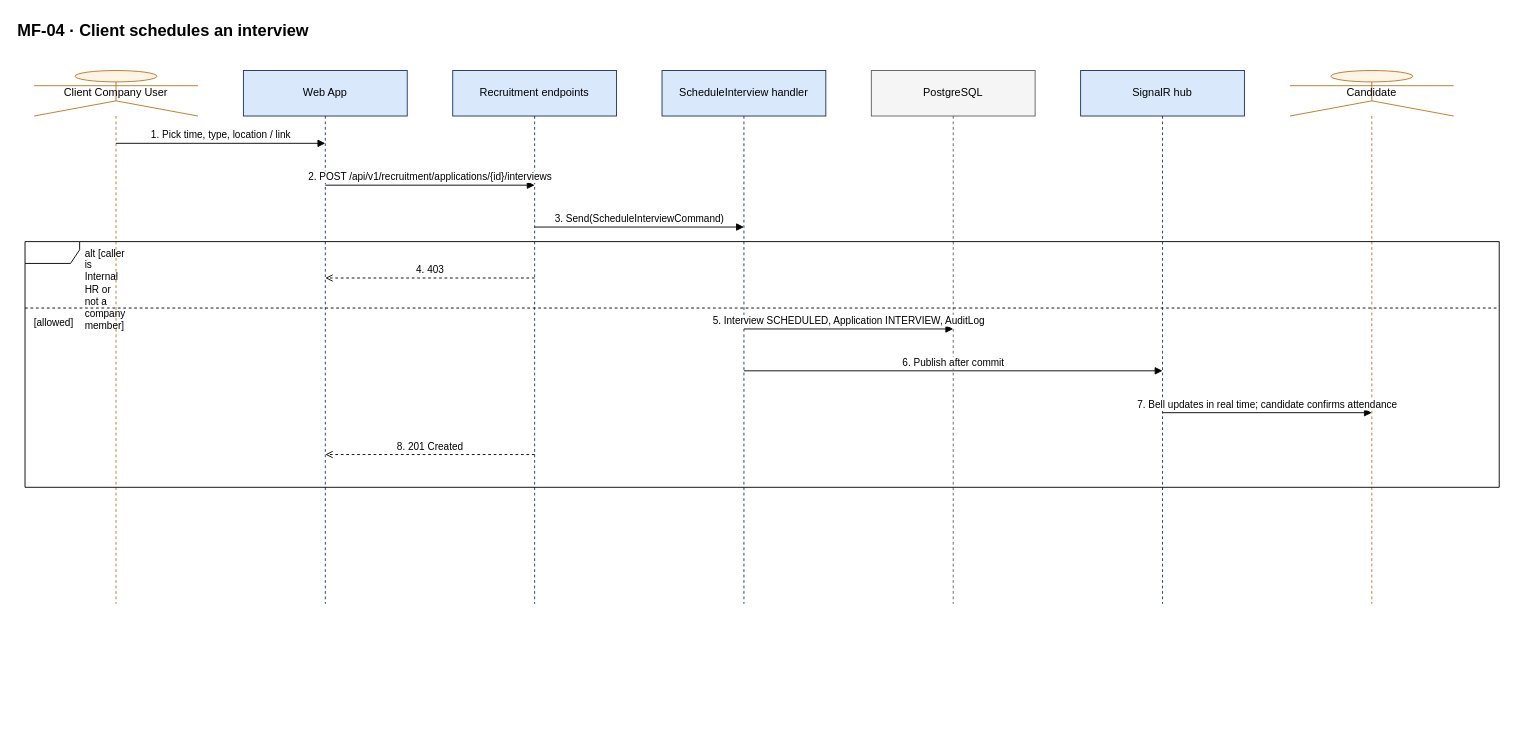
This is docs/diagrams/sequences/source/seq-mf04-schedule-interview.drawio from hoangqui794/hr-connect, a draw.io file, before an edit. Source tidied: cells renumbered, new cells numbered last; positions are measured from the earlier drawing's top-left corner, leaving out a move shared by most shapes. Both pictures are drawn from the tidied source at 91%, with x=0, y=0 at pixel (15, 15).
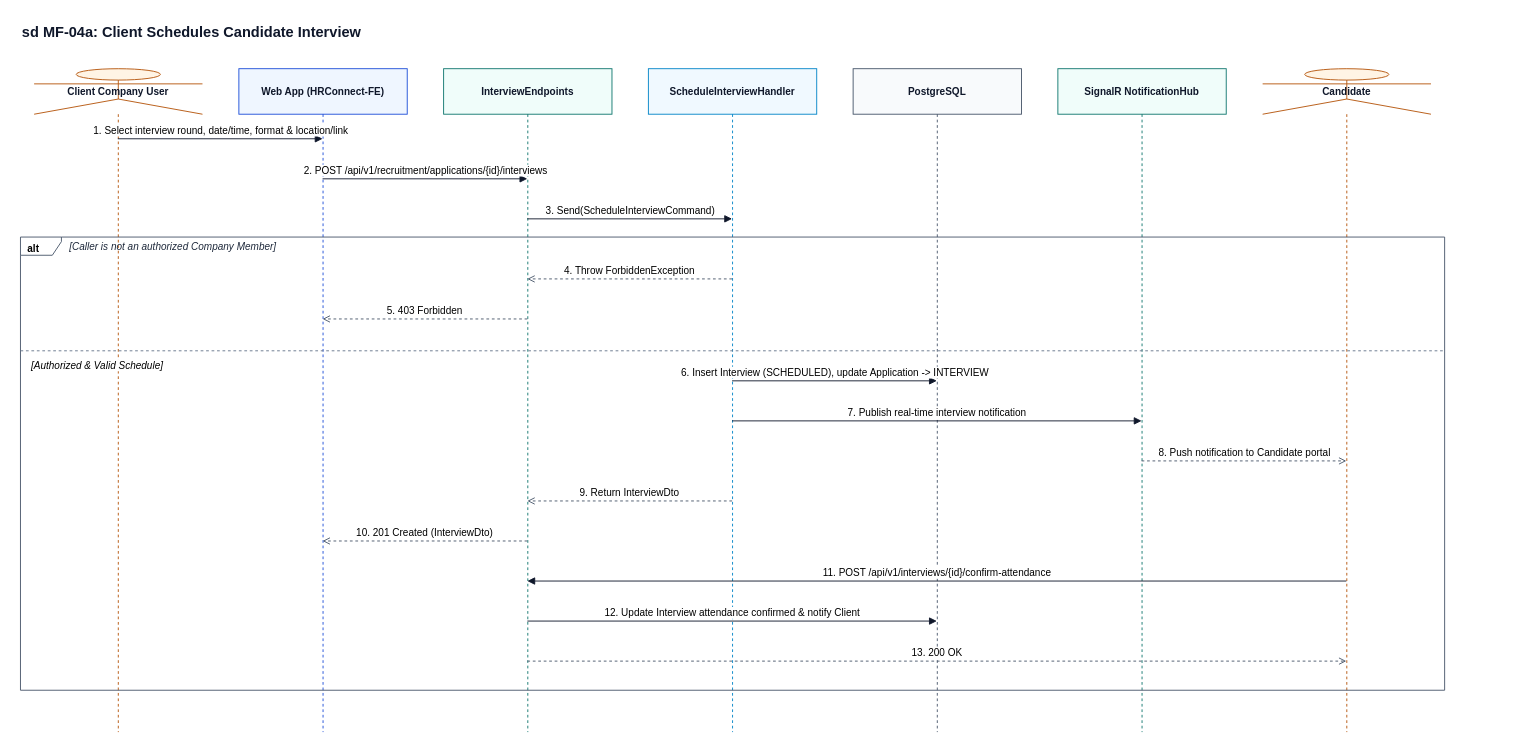
After the change.

Diff of the diagram source:
```diff
@@
-    <mxCell id="2" value="MF-04 · Client schedules an interview" style="text;html=1;fontSize=18;fontStyle=1;align=left;" parent="1" vertex="1">
-      <mxGeometry width="1650" height="30" as="geometry" />
+    <mxCell id="2" value="sd MF-04a: Client Schedules Candidate Interview" style="text;html=1;fontSize=16;fontStyle=1;align=left;fontFamily=Helvetica;fontColor=#0F172A;" parent="1" vertex="1">
+      <mxGeometry x="5" y="2" width="1575" height="28" as="geometry" />
     </mxCell>
-    <mxCell id="3" value="Client Company User" style="shape=umlLifeline;participant=umlActor;perimeter=lifelinePerimeter;whiteSpace=wrap;html=1;size=50;fillColor=#FFF4E5;strokeColor=#B7791F;" parent="1" vertex="1">
-      <mxGeometry x="20" y="60" width="180" height="586" as="geometry" />
+    <mxCell id="3" value="Client Company User" style="shape=umlLifeline;participant=umlActor;perimeter=lifelinePerimeter;whiteSpace=wrap;html=1;size=50;fillColor=#FFF4E5;strokeColor=#B45309;fontStyle=1;fontSize=11;fontFamily=Helvetica;fontColor=#0F172A;" parent="1" vertex="1">
+      <mxGeometry x="20" y="58" width="185" height="729" as="geometry" />
     </mxCell>
-    <mxCell id="4" value="Web App" style="shape=umlLifeline;perimeter=lifelinePerimeter;whiteSpace=wrap;html=1;size=50;fillColor=#DAE8FC;strokeColor=#1B365D;" parent="1" vertex="1">
-      <mxGeometry x="250" y="60" width="180" height="586" as="geometry" />
+    <mxCell id="4" value="Web App (HRConnect-FE)" style="shape=umlLifeline;perimeter=lifelinePerimeter;whiteSpace=wrap;html=1;size=50;fillColor=#EFF6FF;strokeColor=#1D4ED8;fontStyle=1;fontSize=11;fontFamily=Helvetica;fontColor=#0F172A;" parent="1" vertex="1">
+      <mxGeometry x="245" y="58" width="185" height="729" as="geometry" />
     </mxCell>
-    <mxCell id="5" value="Recruitment endpoints" style="shape=umlLifeline;perimeter=lifelinePerimeter;whiteSpace=wrap;html=1;size=50;fillColor=#DAE8FC;strokeColor=#1B365D;" parent="1" vertex="1">
-      <mxGeometry x="480" y="60" width="180" height="586" as="geometry" />
+    <mxCell id="5" value="InterviewEndpoints" style="shape=umlLifeline;perimeter=lifelinePerimeter;whiteSpace=wrap;html=1;size=50;fillColor=#F0FDFA;strokeColor=#0F766E;fontStyle=1;fontSize=11;fontFamily=Helvetica;fontColor=#0F172A;" parent="1" vertex="1">
+      <mxGeometry x="470" y="58" width="185" height="729" as="geometry" />
     </mxCell>
-    <mxCell id="6" value="ScheduleInterview handler" style="shape=umlLifeline;perimeter=lifelinePerimeter;whiteSpace=wrap;html=1;size=50;fillColor=#DAE8FC;strokeColor=#1B365D;" parent="1" vertex="1">
-      <mxGeometry x="710" y="60" width="180" height="586" as="geometry" />
+    <mxCell id="6" value="ScheduleInterviewHandler" style="shape=umlLifeline;perimeter=lifelinePerimeter;whiteSpace=wrap;html=1;size=50;fillColor=#F0F9FF;strokeColor=#0284C7;fontStyle=1;fontSize=11;fontFamily=Helvetica;fontColor=#0F172A;" parent="1" vertex="1">
+      <mxGeometry x="695" y="58" width="185" height="729" as="geometry" />
     </mxCell>
-    <mxCell id="7" value="PostgreSQL" style="shape=umlLifeline;perimeter=lifelinePerimeter;whiteSpace=wrap;html=1;size=50;fillColor=#F5F5F5;strokeColor=#5F5E5A;" parent="1" vertex="1">
-      <mxGeometry x="940" y="60" width="180" height="586" as="geometry" />
+    <mxCell id="7" value="PostgreSQL" style="shape=umlLifeline;perimeter=lifelinePerimeter;whiteSpace=wrap;html=1;size=50;fillColor=#F8FAFC;strokeColor=#475569;fontStyle=1;fontSize=11;fontFamily=Helvetica;fontColor=#0F172A;" parent="1" vertex="1">
+      <mxGeometry x="920" y="58" width="185" height="729" as="geometry" />
     </mxCell>
-    <mxCell id="8" value="SignalR hub" style="shape=umlLifeline;perimeter=lifelinePerimeter;whiteSpace=wrap;html=1;size=50;fillColor=#DAE8FC;strokeColor=#1B365D;" parent="1" vertex="1">
-      <mxGeometry x="1170" y="60" width="180" height="586" as="geometry" />
+    <mxCell id="8" value="SignalR NotificationHub" style="shape=umlLifeline;perimeter=lifelinePerimeter;whiteSpace=wrap;html=1;size=50;fillColor=#F0FDFA;strokeColor=#0F766E;fontStyle=1;fontSize=11;fontFamily=Helvetica;fontColor=#0F172A;" parent="1" vertex="1">
+      <mxGeometry x="1145" y="58" width="185" height="729" as="geometry" />
     </mxCell>
-    <mxCell id="9" value="Candidate" style="shape=umlLifeline;participant=umlActor;perimeter=lifelinePerimeter;whiteSpace=wrap;html=1;size=50;fillColor=#FFF4E5;strokeColor=#B7791F;" parent="1" vertex="1">
-      <mxGeometry x="1400" y="60" width="180" height="586" as="geometry" />
+    <mxCell id="9" value="Candidate" style="shape=umlLifeline;participant=umlActor;perimeter=lifelinePerimeter;whiteSpace=wrap;html=1;size=50;fillColor=#FFF4E5;strokeColor=#B45309;fontStyle=1;fontSize=11;fontFamily=Helvetica;fontColor=#0F172A;" parent="1" vertex="1">
+      <mxGeometry x="1370" y="58" width="185" height="729" as="geometry" />
     </mxCell>
-    <mxCell id="10" value="1. Pick time, type, location / link" style="html=1;verticalAlign=bottom;endArrow=block;endFill=1;fontSize=11;labelBackgroundColor=#FFFFFF;" parent="1" edge="1">
-      <mxGeometry relative="1" as="geometry">
-        <mxPoint x="110" y="140" as="sourcePoint" />
-        <mxPoint x="340" y="140" as="targetPoint" />
-      </mxGeometry>
-    </mxCell>
+    <mxCell id="20" value="alt" style="shape=umlFrame;whiteSpace=wrap;html=1;width=45;height=20;boundedLbl=1;verticalAlign=top;align=left;spacingLeft=6;fontStyle=1;fontSize=11;fontFamily=Helvetica;fillColor=none;strokeColor=#475569;" parent="1" vertex="1">
+      <mxGeometry x="5" y="243" width="1565" height="498" as="geometry" />
+    </mxCell>
+    <mxCell id="21" value="[Caller is not an authorized Company Member]" style="text;html=1;align=left;verticalAlign=middle;fontStyle=2;fontSize=11;fontFamily=Helvetica;fontColor=#1E293B;" parent="1" vertex="1">
+      <mxGeometry x="57" y="244" width="450" height="20" as="geometry" />
+    </mxCell>
+    <mxCell id="22" value="[Authorized &amp; Valid Schedule]" style="line;strokeWidth=1;dashed=1;html=1;align=left;verticalAlign=top;spacingLeft=10;labelPosition=center;fontStyle=2;fontSize=11;fontFamily=Helvetica;fillColor=none;strokeColor=#64748B;labelBackgroundColor=#FFFFFF;" parent="1" vertex="1">
+      <mxGeometry x="5" y="363" width="1565" height="10" as="geometry" />
+    </mxCell>
+    <mxCell id="23" value="1. Select interview round, date/time, format &amp; location/link" style="html=1;verticalAlign=bottom;endArrow=block;endFill=1;strokeColor=#0F172A;fontSize=11;fontFamily=Helvetica;labelBackgroundColor=#FFFFFF;" parent="1" edge="1">
+      <mxGeometry relative="1" as="geometry">
+        <mxPoint x="112" y="135" as="sourcePoint" />
+        <mxPoint x="337" y="135" as="targetPoint" />
+      </mxGeometry>
+    </mxCell>
-    <mxCell id="11" value="2. POST /api/v1/recruitment/applications/{id}/interviews" style="html=1;verticalAlign=bottom;endArrow=block;endFill=1;fontSize=11;labelBackgroundColor=#FFFFFF;" parent="1" edge="1">
+    <mxCell id="11" value="2. POST /api/v1/recruitment/applications/{id}/interviews" style="html=1;verticalAlign=bottom;endArrow=block;endFill=1;strokeColor=#0F172A;fontSize=11;fontFamily=Helvetica;labelBackgroundColor=#FFFFFF;" parent="1" edge="1">
       <mxGeometry relative="1" as="geometry">
-        <mxPoint x="340" y="186" as="sourcePoint" />
-        <mxPoint x="570" y="186" as="targetPoint" />
+        <mxPoint x="337" y="179" as="sourcePoint" />
+        <mxPoint x="562" y="179" as="targetPoint" />
       </mxGeometry>
     </mxCell>
-    <mxCell id="12" value="3. Send(ScheduleInterviewCommand)" style="html=1;verticalAlign=bottom;endArrow=block;endFill=1;fontSize=11;labelBackgroundColor=#FFFFFF;" parent="1" edge="1">
+    <mxCell id="12" value="3. Send(ScheduleInterviewCommand)" style="html=1;verticalAlign=bottom;endArrow=block;endFill=1;strokeColor=#0F172A;fontSize=11;fontFamily=Helvetica;labelBackgroundColor=#FFFFFF;" parent="1" edge="1">
       <mxGeometry relative="1" as="geometry">
-        <mxPoint x="570" y="232" as="sourcePoint" />
-        <mxPoint x="800" y="232" as="targetPoint" />
+        <mxPoint x="562" y="223" as="sourcePoint" />
+        <mxPoint x="787" y="223" as="targetPoint" />
       </mxGeometry>
     </mxCell>
-    <mxCell id="13" value="4. 403" style="html=1;verticalAlign=bottom;dashed=1;endArrow=open;fontSize=11;labelBackgroundColor=#FFFFFF;" parent="1" edge="1">
-      <mxGeometry relative="1" as="geometry">
-        <mxPoint x="570" y="288" as="sourcePoint" />
-        <mxPoint x="340" y="288" as="targetPoint" />
-      </mxGeometry>
-    </mxCell>
-    <mxCell id="14" value="5. Interview SCHEDULED, Application INTERVIEW, AuditLog" style="html=1;verticalAlign=bottom;endArrow=block;endFill=1;fontSize=11;labelBackgroundColor=#FFFFFF;" parent="1" edge="1">
-      <mxGeometry relative="1" as="geometry">
-        <mxPoint x="800" y="344" as="sourcePoint" />
-        <mxPoint x="1030" y="344" as="targetPoint" />
-      </mxGeometry>
-    </mxCell>
-    <mxCell id="15" value="6. Publish after commit" style="html=1;verticalAlign=bottom;endArrow=block;endFill=1;fontSize=11;labelBackgroundColor=#FFFFFF;" parent="1" edge="1">
-      <mxGeometry relative="1" as="geometry">
-        <mxPoint x="800" y="390" as="sourcePoint" />
-        <mxPoint x="1260" y="390" as="targetPoint" />
-      </mxGeometry>
-    </mxCell>
-    <mxCell id="16" value="7. Bell updates in real time; candidate confirms attendance" style="html=1;verticalAlign=bottom;endArrow=block;endFill=1;fontSize=11;labelBackgroundColor=#FFFFFF;" parent="1" edge="1">
-      <mxGeometry relative="1" as="geometry">
-        <mxPoint x="1260" y="436" as="sourcePoint" />
-        <mxPoint x="1490" y="436" as="targetPoint" />
-      </mxGeometry>
-    </mxCell>
-    <mxCell id="17" value="8. 201 Created" style="html=1;verticalAlign=bottom;dashed=1;endArrow=open;fontSize=11;labelBackgroundColor=#FFFFFF;" parent="1" edge="1">
-      <mxGeometry relative="1" as="geometry">
-        <mxPoint x="570" y="482" as="sourcePoint" />
-        <mxPoint x="340" y="482" as="targetPoint" />
-      </mxGeometry>
-    </mxCell>
-    <mxCell id="18" value="alt [caller is Internal HR or not a company member]" style="shape=umlFrame;whiteSpace=wrap;html=1;width=60;height=24;boundedLbl=1;verticalAlign=top;align=left;spacingLeft=64;fontSize=11;fillColor=none;" parent="1" vertex="1">
-      <mxGeometry x="10" y="248" width="1620" height="270" as="geometry" />
-    </mxCell>
-    <mxCell id="19" value="[allowed]" style="line;strokeWidth=1;dashed=1;html=1;align=left;verticalAlign=top;spacingLeft=8;labelPosition=center;fontSize=11;fillColor=none;" parent="1" vertex="1">
-      <mxGeometry x="10" y="316" width="1620" height="10" as="geometry" />
-    </mxCell>
+    <mxCell id="24" value="4. Throw ForbiddenException" style="html=1;verticalAlign=bottom;dashed=1;endArrow=open;endFill=0;strokeColor=#475569;fontSize=11;fontFamily=Helvetica;labelBackgroundColor=#FFFFFF;" parent="1" edge="1">
+      <mxGeometry relative="1" as="geometry">
+        <mxPoint x="787" y="289" as="sourcePoint" />
+        <mxPoint x="562" y="289" as="targetPoint" />
+      </mxGeometry>
+    </mxCell>
+    <mxCell id="25" value="5. 403 Forbidden" style="html=1;verticalAlign=bottom;dashed=1;endArrow=open;endFill=0;strokeColor=#475569;fontSize=11;fontFamily=Helvetica;labelBackgroundColor=#FFFFFF;" parent="1" edge="1">
+      <mxGeometry relative="1" as="geometry">
+        <mxPoint x="562" y="333" as="sourcePoint" />
+        <mxPoint x="337" y="333" as="targetPoint" />
+      </mxGeometry>
+    </mxCell>
+    <mxCell id="26" value="6. Insert Interview (SCHEDULED), update Application -&gt; INTERVIEW" style="html=1;verticalAlign=bottom;endArrow=block;endFill=1;strokeColor=#0F172A;fontSize=11;fontFamily=Helvetica;labelBackgroundColor=#FFFFFF;" parent="1" edge="1">
+      <mxGeometry relative="1" as="geometry">
+        <mxPoint x="787" y="401" as="sourcePoint" />
+        <mxPoint x="1012" y="401" as="targetPoint" />
+      </mxGeometry>
+    </mxCell>
+    <mxCell id="27" value="7. Publish real-time interview notification" style="html=1;verticalAlign=bottom;endArrow=block;endFill=1;strokeColor=#0F172A;fontSize=11;fontFamily=Helvetica;labelBackgroundColor=#FFFFFF;" parent="1" edge="1">
+      <mxGeometry relative="1" as="geometry">
+        <mxPoint x="787" y="445" as="sourcePoint" />
+        <mxPoint x="1237" y="445" as="targetPoint" />
+      </mxGeometry>
+    </mxCell>
+    <mxCell id="28" value="8. Push notification to Candidate portal" style="html=1;verticalAlign=bottom;dashed=1;endArrow=open;endFill=0;strokeColor=#475569;fontSize=11;fontFamily=Helvetica;labelBackgroundColor=#FFFFFF;" parent="1" edge="1">
+      <mxGeometry relative="1" as="geometry">
+        <mxPoint x="1237" y="489" as="sourcePoint" />
+        <mxPoint x="1462" y="489" as="targetPoint" />
+      </mxGeometry>
+    </mxCell>
+    <mxCell id="29" value="9. Return InterviewDto" style="html=1;verticalAlign=bottom;dashed=1;endArrow=open;endFill=0;strokeColor=#475569;fontSize=11;fontFamily=Helvetica;labelBackgroundColor=#FFFFFF;" parent="1" edge="1">
+      <mxGeometry relative="1" as="geometry">
+        <mxPoint x="787" y="533" as="sourcePoint" />
+        <mxPoint x="562" y="533" as="targetPoint" />
+      </mxGeometry>
+    </mxCell>
+    <mxCell id="30" value="10. 201 Created (InterviewDto)" style="html=1;verticalAlign=bottom;dashed=1;endArrow=open;endFill=0;strokeColor=#475569;fontSize=11;fontFamily=Helvetica;labelBackgroundColor=#FFFFFF;" parent="1" edge="1">
+      <mxGeometry relative="1" as="geometry">
+        <mxPoint x="562" y="577" as="sourcePoint" />
+        <mxPoint x="337" y="577" as="targetPoint" />
+      </mxGeometry>
+    </mxCell>
+    <mxCell id="31" value="11. POST /api/v1/interviews/{id}/confirm-attendance" style="html=1;verticalAlign=bottom;endArrow=block;endFill=1;strokeColor=#0F172A;fontSize=11;fontFamily=Helvetica;labelBackgroundColor=#FFFFFF;" parent="1" edge="1">
+      <mxGeometry relative="1" as="geometry">
+        <mxPoint x="1462" y="621" as="sourcePoint" />
+        <mxPoint x="562" y="621" as="targetPoint" />
+      </mxGeometry>
+    </mxCell>
+    <mxCell id="32" value="12. Update Interview attendance confirmed &amp; notify Client" style="html=1;verticalAlign=bottom;endArrow=block;endFill=1;strokeColor=#0F172A;fontSize=11;fontFamily=Helvetica;labelBackgroundColor=#FFFFFF;" parent="1" edge="1">
+      <mxGeometry relative="1" as="geometry">
+        <mxPoint x="562" y="665" as="sourcePoint" />
+        <mxPoint x="1012" y="665" as="targetPoint" />
+      </mxGeometry>
+    </mxCell>
+    <mxCell id="33" value="13. 200 OK" style="html=1;verticalAlign=bottom;dashed=1;endArrow=open;endFill=0;strokeColor=#475569;fontSize=11;fontFamily=Helvetica;labelBackgroundColor=#FFFFFF;" parent="1" edge="1">
+      <mxGeometry relative="1" as="geometry">
+        <mxPoint x="562" y="709" as="sourcePoint" />
+        <mxPoint x="1462" y="709" as="targetPoint" />
+      </mxGeometry>
+    </mxCell>
```
